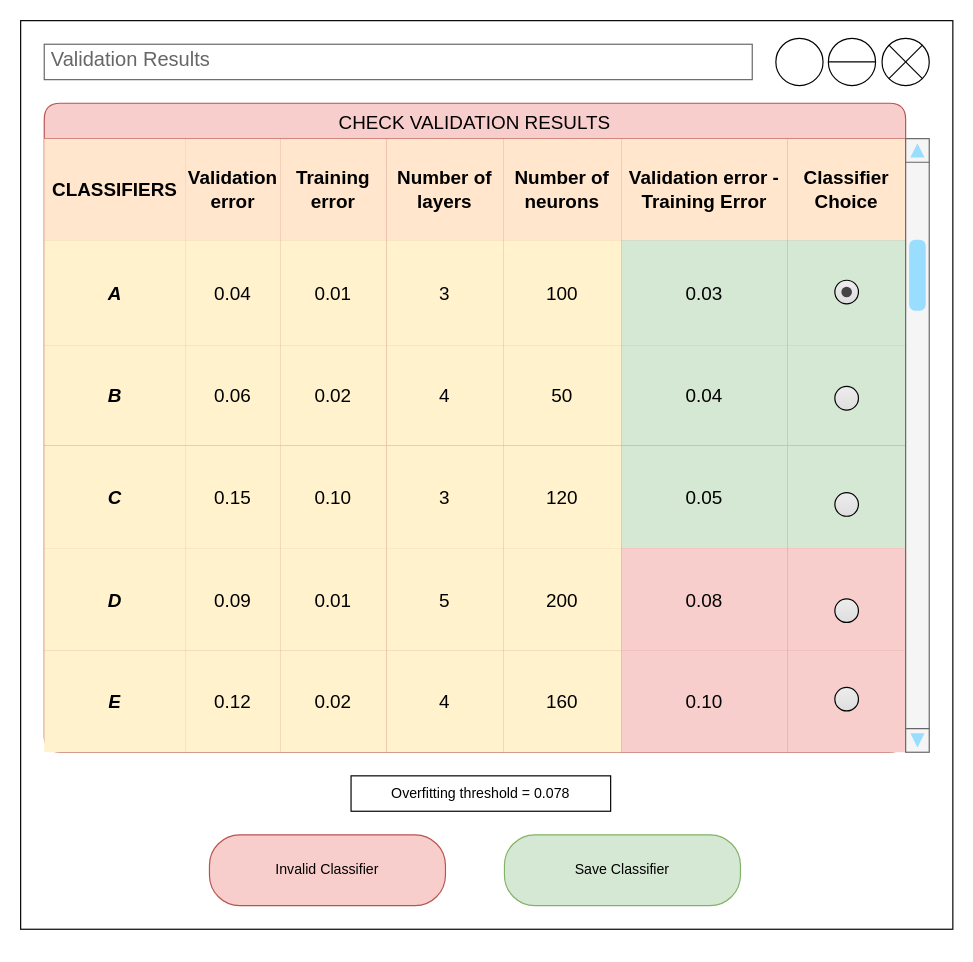
The draw.io diagram check validation results (Cape)/CHECK VALIDATION RESULTS -TASK LEVEL MODELING.drawio in BaffoBello14/AutomaticDamagesRecognition, before the edit. Source tidied: cells renumbered, new cells numbered last; positions are measured from the earlier drawing's top-left corner, leaving out a move shared by most shapes. Both pictures are drawn from the tidied source at 118%, with x=0, y=0 at pixel (20, 20).
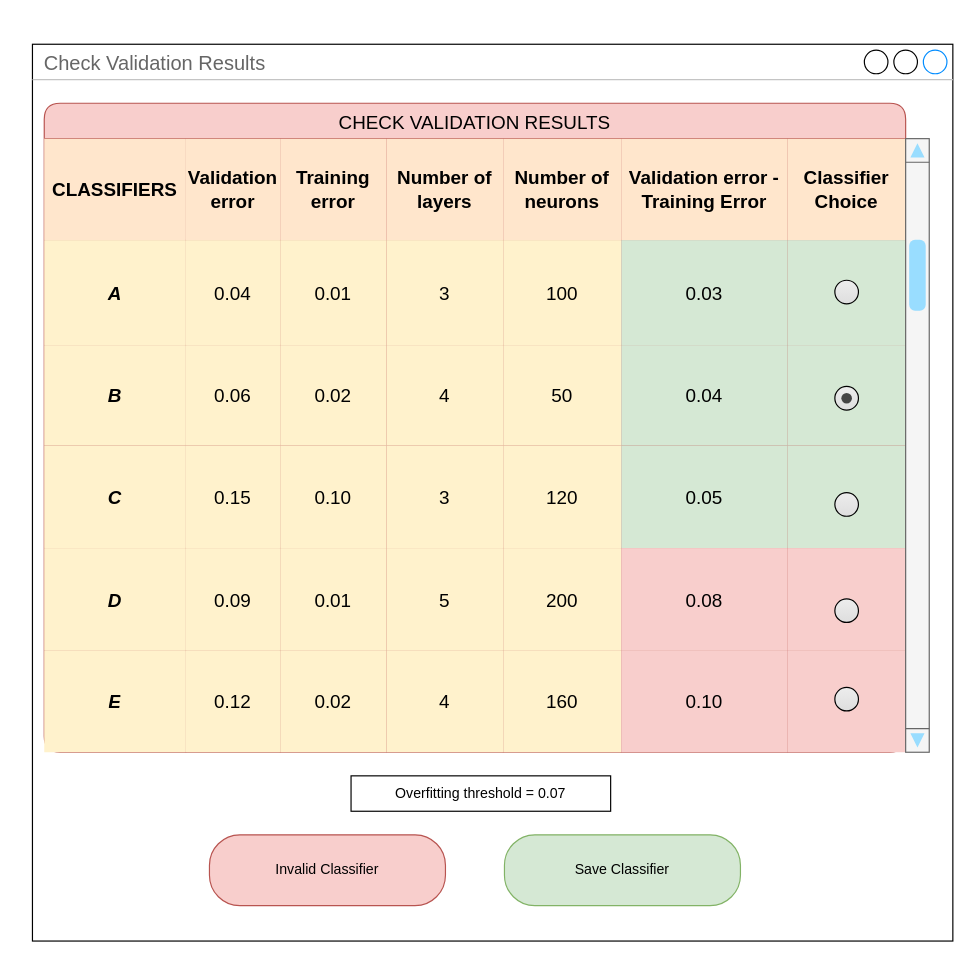
After the change.

The edit, as a diff of the source:
```diff
@@
-    <mxCell id="2" style="rounded=0;whiteSpace=wrap;html=1;" parent="1" vertex="1">
-      <mxGeometry width="790" height="770" as="geometry" />
-    </mxCell>
+    <mxCell id="65" value="Check Validation Results" style="strokeWidth=1;shadow=0;dashed=0;align=center;html=1;shape=mxgraph.mockup.containers.window;align=left;verticalAlign=top;spacingLeft=8;strokeColor2=#008cff;strokeColor3=#c4c4c4;fontColor=#666666;mainText=;fontSize=17;labelBackgroundColor=none;whiteSpace=wrap;" parent="1" vertex="1">
+      <mxGeometry x="10" y="20" width="780" height="760" as="geometry" />
+    </mxCell>
@@
-    <mxCell id="54" value="Overfitting threshold = 0.078" style="rounded=0;whiteSpace=wrap;html=1;" parent="1" vertex="1">
+    <mxCell id="54" value="Overfitting threshold = 0.07" style="rounded=0;whiteSpace=wrap;html=1;" parent="1" vertex="1">
       <mxGeometry x="280" y="640" width="220" height="30" as="geometry" />
     </mxCell>
@@
-    <mxCell id="60" style="shape=ellipse;fillColor=#444444;strokeColor=none;html=1;" parent="1" vertex="1">
-      <mxGeometry x="695.5" y="225.5" width="9" height="9" as="geometry" />
-    </mxCell>
@@
-    <mxCell id="62" style="ellipse;whiteSpace=wrap;html=1;" parent="1" vertex="1">
-      <mxGeometry x="640" y="15" width="40" height="40" as="geometry" />
-    </mxCell>
-    <mxCell id="63" style="shape=sumEllipse;perimeter=ellipsePerimeter;whiteSpace=wrap;html=1;backgroundOutline=1;" parent="1" vertex="1">
-      <mxGeometry x="730" y="15" width="40" height="40" as="geometry" />
-    </mxCell>
-    <mxCell id="64" style="shape=lineEllipse;perimeter=ellipsePerimeter;whiteSpace=wrap;html=1;backgroundOutline=1;" parent="1" vertex="1">
-      <mxGeometry x="684.5" y="15" width="40" height="40" as="geometry" />
-    </mxCell>
-    <mxCell id="65" value="Validation Results" style="strokeWidth=1;shadow=0;dashed=0;align=center;html=1;shape=mxgraph.mockup.text.textBox;fontColor=#666666;align=left;fontSize=17;spacingLeft=4;spacingTop=-3;strokeColor=#666666;mainText=;" parent="1" vertex="1">
-      <mxGeometry x="20" y="20" width="600" height="30" as="geometry" />
-    </mxCell>
+    <mxCell id="66" style="shape=ellipse;fillColor=#444444;strokeColor=none;html=1;" parent="1" vertex="1">
+      <mxGeometry x="695.5" y="315.5" width="9" height="9" as="geometry" />
+    </mxCell>
```
